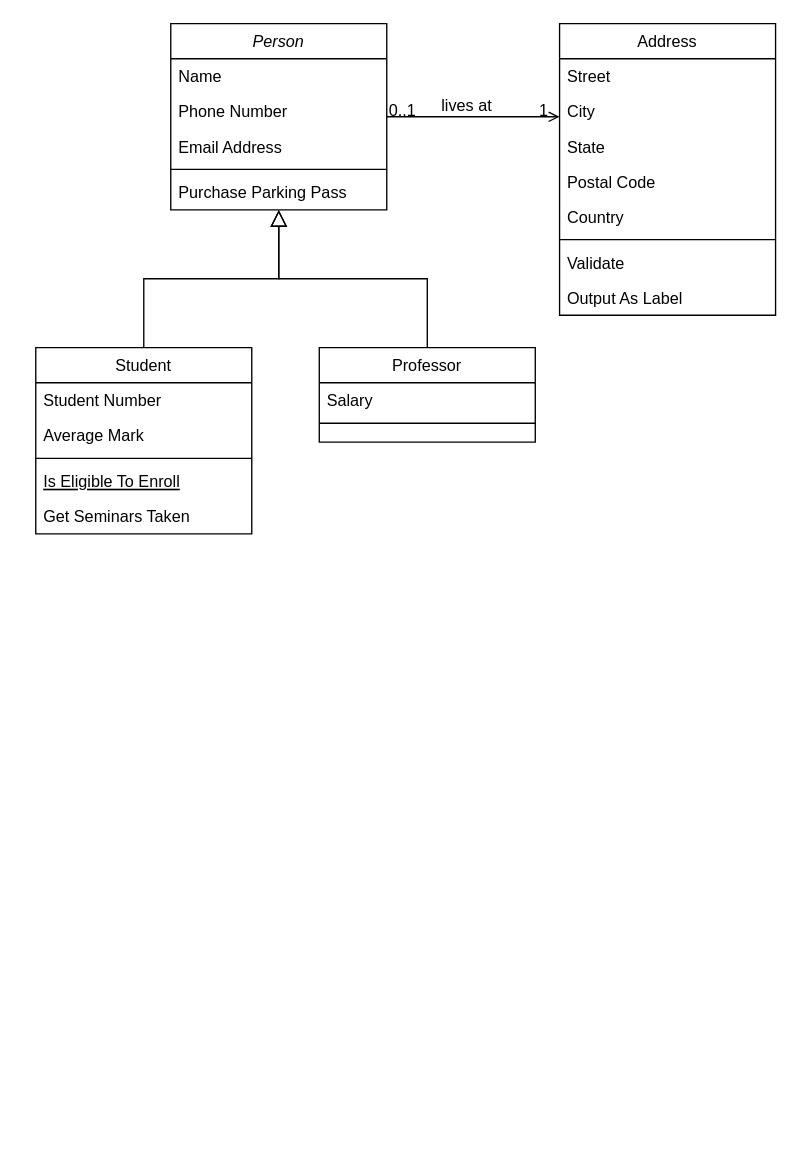
chenqingfa8520/data-drawio keeps this draw.io diagram as 结算02.drawio. Above is the earlier version. Source tidied: cells renumbered, new cells numbered last; positions are measured from the earlier drawing's top-left corner, leaving out a move shared by most shapes. Both pictures are drawn from the tidied source at 135%, with x=0, y=0 at pixel (35, 23).
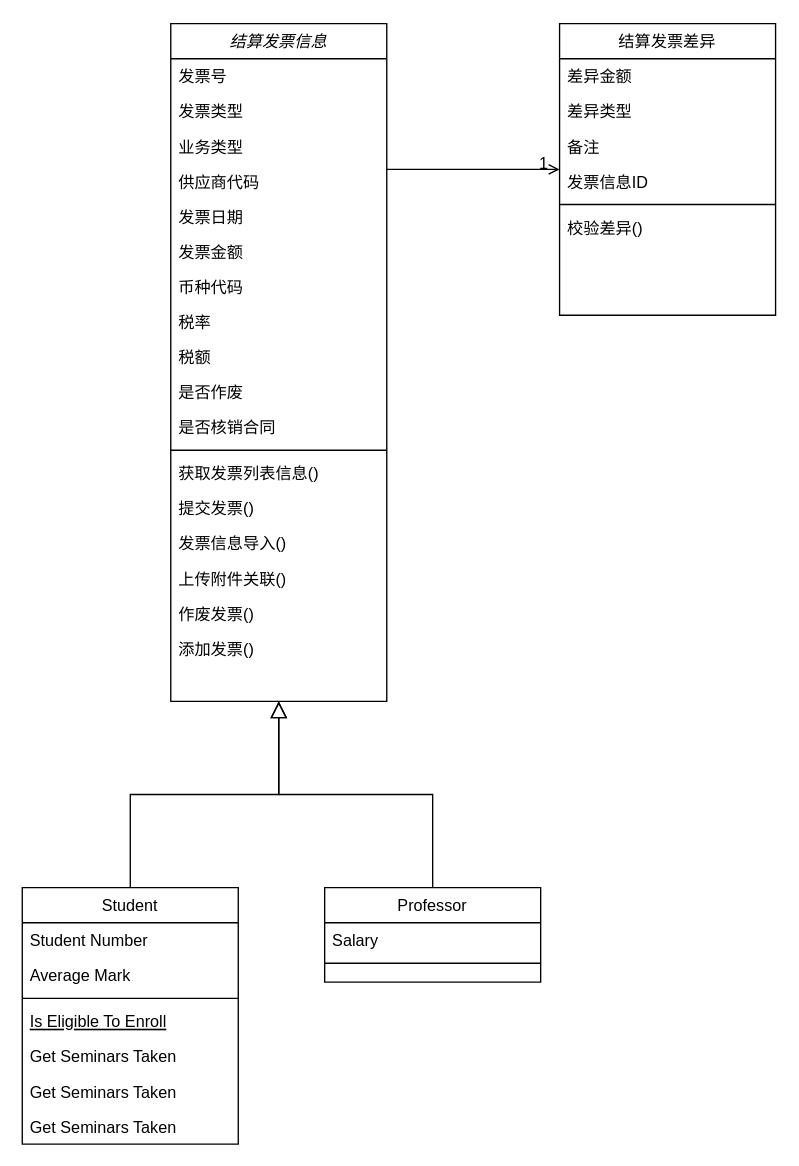
Above is the later version.

The change refers to these unchanged cells:
```xml
<mxCell id="28" style="endArrow=open;shadow=0;strokeWidth=1;rounded=0;curved=0;endFill=1;edgeStyle=elbowEdgeStyle;elbow=vertical;" parent="1" edge="1" source="2" target="19">
  <mxGeometry x="0.5" y="41" relative="1" as="geometry">
    <mxPoint x="-40" y="32" as="offset" />
  </mxGeometry>
</mxCell>
```

What changed in the source:
```diff
@@
-    <mxCell id="2" value="Person" style="swimlane;fontStyle=2;align=center;verticalAlign=top;horizontal=1;startSize=26;rounded=0;shadow=0;strokeWidth=1;" parent="1" vertex="1">
-      <mxGeometry x="100" width="160" height="138" as="geometry" />
+    <mxCell id="2" value="结算发票信息" style="swimlane;fontStyle=2;align=center;verticalAlign=top;horizontal=1;startSize=26;rounded=0;shadow=0;strokeWidth=1;" parent="1" vertex="1">
+      <mxGeometry x="100" width="160" height="502" as="geometry" />
     </mxCell>
-    <mxCell id="3" value="Name" style="text;align=left;verticalAlign=top;spacingLeft=4;spacingRight=4;overflow=hidden;" parent="2" vertex="1">
+    <mxCell id="3" value="发票号" style="text;align=left;verticalAlign=top;spacingLeft=4;spacingRight=4;overflow=hidden;" parent="2" vertex="1">
       <mxGeometry y="26" width="160" height="26" as="geometry" />
     </mxCell>
-    <mxCell id="4" value="Phone Number" style="text;align=left;verticalAlign=top;spacingLeft=4;spacingRight=4;overflow=hidden;rounded=0;shadow=0;html=0;" parent="2" vertex="1">
+    <mxCell id="4" value="发票类型" style="text;align=left;verticalAlign=top;spacingLeft=4;spacingRight=4;overflow=hidden;rounded=0;shadow=0;html=0;" parent="2" vertex="1">
       <mxGeometry y="52" width="160" height="26" as="geometry" />
     </mxCell>
-    <mxCell id="5" value="Email Address" style="text;align=left;verticalAlign=top;spacingLeft=4;spacingRight=4;overflow=hidden;rounded=0;shadow=0;html=0;" parent="2" vertex="1">
+    <mxCell id="5" value="业务类型" style="text;align=left;verticalAlign=top;spacingLeft=4;spacingRight=4;overflow=hidden;rounded=0;shadow=0;html=0;" parent="2" vertex="1">
       <mxGeometry y="78" width="160" height="26" as="geometry" />
     </mxCell>
+    <mxCell id="32" value="供应商代码" style="text;align=left;verticalAlign=top;spacingLeft=4;spacingRight=4;overflow=hidden;rounded=0;shadow=0;html=0;" parent="2" vertex="1">
+      <mxGeometry y="104" width="160" height="26" as="geometry" />
+    </mxCell>
+    <mxCell id="33" value="发票日期" style="text;align=left;verticalAlign=top;spacingLeft=4;spacingRight=4;overflow=hidden;rounded=0;shadow=0;html=0;" parent="2" vertex="1">
+      <mxGeometry y="130" width="160" height="26" as="geometry" />
+    </mxCell>
+    <mxCell id="34" value="发票金额" style="text;align=left;verticalAlign=top;spacingLeft=4;spacingRight=4;overflow=hidden;rounded=0;shadow=0;html=0;" parent="2" vertex="1">
+      <mxGeometry y="156" width="160" height="26" as="geometry" />
+    </mxCell>
+    <mxCell id="35" value="币种代码" style="text;align=left;verticalAlign=top;spacingLeft=4;spacingRight=4;overflow=hidden;rounded=0;shadow=0;html=0;" parent="2" vertex="1">
+      <mxGeometry y="182" width="160" height="26" as="geometry" />
+    </mxCell>
+    <mxCell id="36" value="税率" style="text;align=left;verticalAlign=top;spacingLeft=4;spacingRight=4;overflow=hidden;rounded=0;shadow=0;html=0;" parent="2" vertex="1">
+      <mxGeometry y="208" width="160" height="26" as="geometry" />
+    </mxCell>
+    <mxCell id="37" value="税额" style="text;align=left;verticalAlign=top;spacingLeft=4;spacingRight=4;overflow=hidden;rounded=0;shadow=0;html=0;" parent="2" vertex="1">
+      <mxGeometry y="234" width="160" height="26" as="geometry" />
+    </mxCell>
+    <mxCell id="38" value="是否作废" style="text;align=left;verticalAlign=top;spacingLeft=4;spacingRight=4;overflow=hidden;rounded=0;shadow=0;html=0;" parent="2" vertex="1">
+      <mxGeometry y="260" width="160" height="26" as="geometry" />
+    </mxCell>
+    <mxCell id="39" value="是否核销合同" style="text;align=left;verticalAlign=top;spacingLeft=4;spacingRight=4;overflow=hidden;rounded=0;shadow=0;html=0;" parent="2" vertex="1">
+      <mxGeometry y="286" width="160" height="26" as="geometry" />
+    </mxCell>
     <mxCell id="6" style="line;html=1;strokeWidth=1;align=left;verticalAlign=middle;spacingTop=-1;spacingLeft=3;spacingRight=3;labelPosition=right;" parent="2" vertex="1">
-      <mxGeometry y="104" width="160" height="8" as="geometry" />
+      <mxGeometry y="312" width="160" height="8" as="geometry" />
     </mxCell>
-    <mxCell id="7" value="Purchase Parking Pass" style="text;align=left;verticalAlign=top;spacingLeft=4;spacingRight=4;overflow=hidden;" parent="2" vertex="1">
-      <mxGeometry y="112" width="160" height="26" as="geometry" />
+    <mxCell id="7" value="获取发票列表信息()" style="text;align=left;verticalAlign=top;spacingLeft=4;spacingRight=4;overflow=hidden;" parent="2" vertex="1">
+      <mxGeometry y="320" width="160" height="26" as="geometry" />
     </mxCell>
+    <mxCell id="40" value="提交发票()" style="text;align=left;verticalAlign=top;spacingLeft=4;spacingRight=4;overflow=hidden;" parent="2" vertex="1">
+      <mxGeometry y="346" width="160" height="26" as="geometry" />
+    </mxCell>
+    <mxCell id="41" value="发票信息导入()" style="text;align=left;verticalAlign=top;spacingLeft=4;spacingRight=4;overflow=hidden;" parent="2" vertex="1">
+      <mxGeometry y="372" width="160" height="26" as="geometry" />
+    </mxCell>
+    <mxCell id="42" value="上传附件关联()" style="text;align=left;verticalAlign=top;spacingLeft=4;spacingRight=4;overflow=hidden;" parent="2" vertex="1">
+      <mxGeometry y="398" width="160" height="26" as="geometry" />
+    </mxCell>
+    <mxCell id="43" value="作废发票()" style="text;align=left;verticalAlign=top;spacingLeft=4;spacingRight=4;overflow=hidden;" parent="2" vertex="1">
+      <mxGeometry y="424" width="160" height="26" as="geometry" />
+    </mxCell>
+    <mxCell id="44" value="添加发票()" style="text;align=left;verticalAlign=top;spacingLeft=4;spacingRight=4;overflow=hidden;" parent="2" vertex="1">
+      <mxGeometry y="450" width="160" height="26" as="geometry" />
+    </mxCell>
     <mxCell id="8" value="Student" style="swimlane;fontStyle=0;align=center;verticalAlign=top;horizontal=1;startSize=26;rounded=0;shadow=0;strokeWidth=1;" parent="1" vertex="1">
-      <mxGeometry y="240" width="160" height="138" as="geometry" />
+      <mxGeometry x="-10" y="640" width="160" height="190" as="geometry" />
     </mxCell>
@@
+    <mxCell id="45" value="Get Seminars Taken" style="text;align=left;verticalAlign=top;spacingLeft=4;spacingRight=4;overflow=hidden;" parent="8" vertex="1">
+      <mxGeometry y="138" width="160" height="26" as="geometry" />
+    </mxCell>
+    <mxCell id="46" value="Get Seminars Taken" style="text;align=left;verticalAlign=top;spacingLeft=4;spacingRight=4;overflow=hidden;" parent="8" vertex="1">
+      <mxGeometry y="164" width="160" height="26" as="geometry" />
+    </mxCell>
@@
     <mxCell id="15" value="Professor" style="swimlane;fontStyle=0;align=center;verticalAlign=top;horizontal=1;startSize=26;rounded=0;shadow=0;strokeWidth=1;" parent="1" vertex="1">
-      <mxGeometry x="210" y="240" width="160" height="70" as="geometry" />
+      <mxGeometry x="214" y="640" width="160" height="70" as="geometry" />
     </mxCell>
@@
-    <mxCell id="19" value="Address" style="swimlane;fontStyle=0;align=center;verticalAlign=top;horizontal=1;startSize=26;rounded=0;shadow=0;strokeWidth=1;" parent="1" vertex="1">
+    <mxCell id="19" value="结算发票差异" style="swimlane;fontStyle=0;align=center;verticalAlign=top;horizontal=1;startSize=26;rounded=0;shadow=0;strokeWidth=1;" parent="1" vertex="1">
       <mxGeometry x="388" width="160" height="216" as="geometry" />
     </mxCell>
-    <mxCell id="20" value="Street" style="text;align=left;verticalAlign=top;spacingLeft=4;spacingRight=4;overflow=hidden;" parent="19" vertex="1">
+    <mxCell id="20" value="差异金额" style="text;align=left;verticalAlign=top;spacingLeft=4;spacingRight=4;overflow=hidden;" parent="19" vertex="1">
       <mxGeometry y="26" width="160" height="26" as="geometry" />
     </mxCell>
-    <mxCell id="21" value="City" style="text;align=left;verticalAlign=top;spacingLeft=4;spacingRight=4;overflow=hidden;rounded=0;shadow=0;html=0;" parent="19" vertex="1">
+    <mxCell id="21" value="差异类型" style="text;align=left;verticalAlign=top;spacingLeft=4;spacingRight=4;overflow=hidden;rounded=0;shadow=0;html=0;" parent="19" vertex="1">
       <mxGeometry y="52" width="160" height="26" as="geometry" />
     </mxCell>
-    <mxCell id="22" value="State" style="text;align=left;verticalAlign=top;spacingLeft=4;spacingRight=4;overflow=hidden;rounded=0;shadow=0;html=0;" parent="19" vertex="1">
+    <mxCell id="22" value="备注" style="text;align=left;verticalAlign=top;spacingLeft=4;spacingRight=4;overflow=hidden;rounded=0;shadow=0;html=0;" parent="19" vertex="1">
       <mxGeometry y="78" width="160" height="26" as="geometry" />
     </mxCell>
-    <mxCell id="23" value="Postal Code" style="text;align=left;verticalAlign=top;spacingLeft=4;spacingRight=4;overflow=hidden;rounded=0;shadow=0;html=0;" parent="19" vertex="1">
+    <mxCell id="23" value="发票信息ID" style="text;align=left;verticalAlign=top;spacingLeft=4;spacingRight=4;overflow=hidden;rounded=0;shadow=0;html=0;" parent="19" vertex="1">
       <mxGeometry y="104" width="160" height="26" as="geometry" />
     </mxCell>
-    <mxCell id="24" value="Country" style="text;align=left;verticalAlign=top;spacingLeft=4;spacingRight=4;overflow=hidden;rounded=0;shadow=0;html=0;" parent="19" vertex="1">
-      <mxGeometry y="130" width="160" height="26" as="geometry" />
-    </mxCell>
     <mxCell id="25" style="line;html=1;strokeWidth=1;align=left;verticalAlign=middle;spacingTop=-1;spacingLeft=3;spacingRight=3;labelPosition=right;" parent="19" vertex="1">
-      <mxGeometry y="156" width="160" height="8" as="geometry" />
+      <mxGeometry y="130" width="160" height="8" as="geometry" />
     </mxCell>
-    <mxCell id="26" value="Validate" style="text;align=left;verticalAlign=top;spacingLeft=4;spacingRight=4;overflow=hidden;" parent="19" vertex="1">
-      <mxGeometry y="164" width="160" height="26" as="geometry" />
+    <mxCell id="26" value="校验差异()" style="text;align=left;verticalAlign=top;spacingLeft=4;spacingRight=4;overflow=hidden;" parent="19" vertex="1">
+      <mxGeometry y="138" width="160" height="26" as="geometry" />
     </mxCell>
-    <mxCell id="27" value="Output As Label" style="text;align=left;verticalAlign=top;spacingLeft=4;spacingRight=4;overflow=hidden;" parent="19" vertex="1">
-      <mxGeometry y="190" width="160" height="26" as="geometry" />
-    </mxCell>
@@
-    <mxCell id="29" value="0..1" style="align=left;verticalAlign=bottom;labelBackgroundColor=none;fontSize=12;" parent="28" vertex="1">
+    <mxCell id="29" style="align=left;verticalAlign=bottom;labelBackgroundColor=none;fontSize=12;" parent="28" vertex="1">
       <mxGeometry x="-1" relative="1" as="geometry">
         <mxPoint y="4" as="offset" />
       </mxGeometry>
     </mxCell>
@@
-    <mxCell id="31" value="lives at" style="text;html=1;align=center;verticalAlign=middle;labelBackgroundColor=none;rounded=0;shadow=0;strokeWidth=1;fontSize=12;" parent="28" vertex="1">
-      <mxGeometry x="0.5" y="49" relative="1" as="geometry">
-        <mxPoint x="-38" y="40" as="offset" />
-      </mxGeometry>
-    </mxCell>
```
